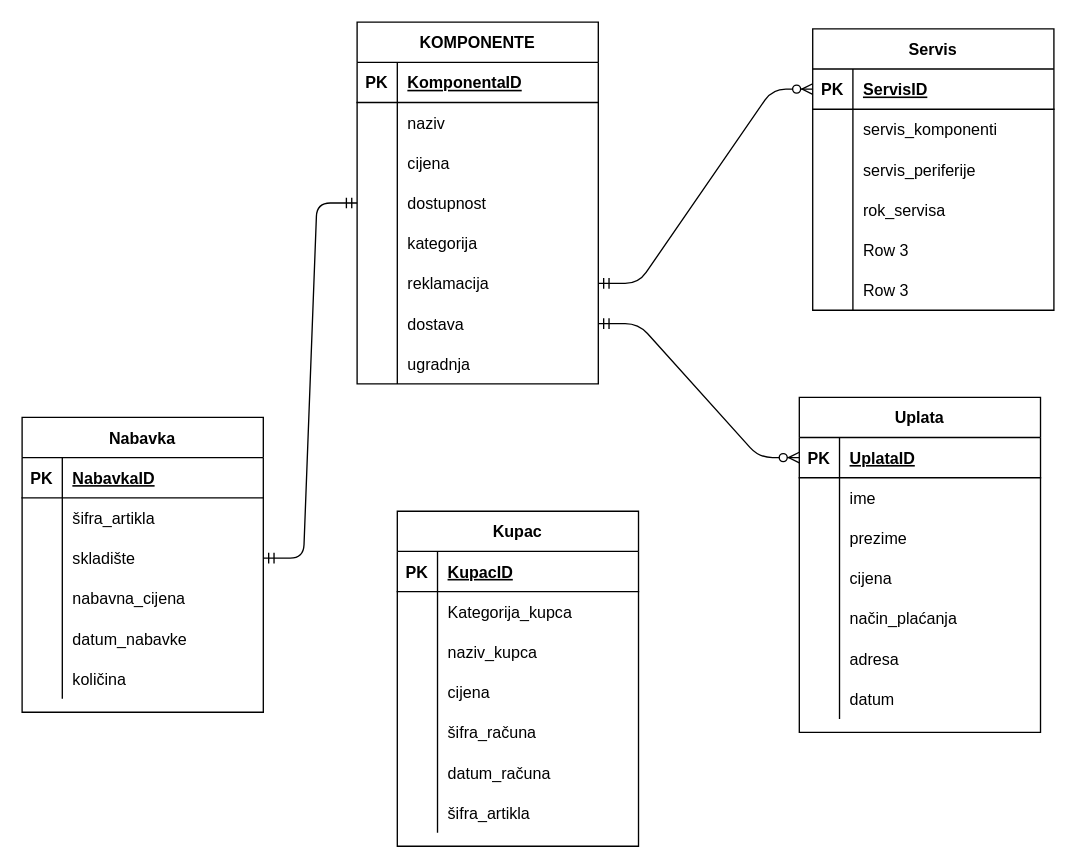
Above: erd.drawio in vela02/erd (draw.io), before the change. Source tidied: cells renumbered, new cells numbered last; positions are measured from the earlier drawing's top-left corner, leaving out a move shared by most shapes. Both pictures are drawn from the tidied source at 134%, with x=0, y=0 at pixel (21, 21).
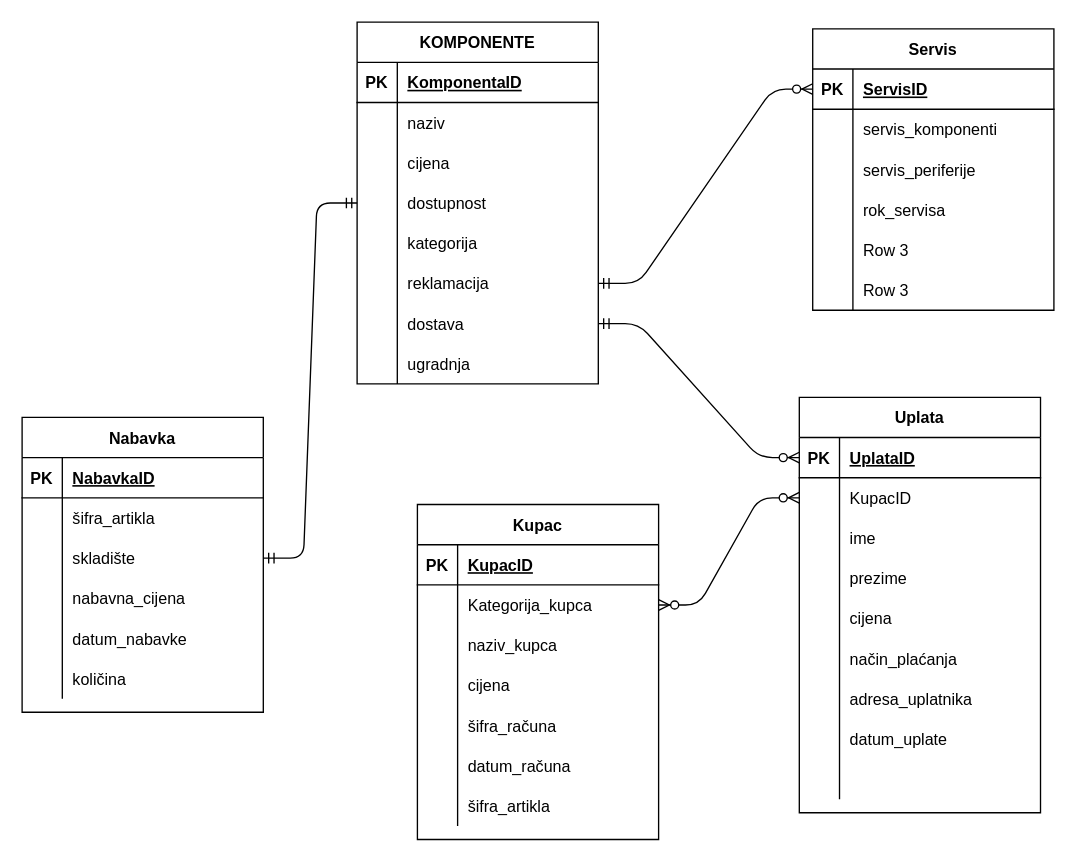
Above is the later version.

The change refers to these unchanged cells:
```xml
<mxCell id="25" style="shape=partialRectangle;fillColor=none;top=0;left=0;bottom=0;right=0;" parent="21" vertex="1">
  <mxGeometry y="60" width="180" height="30" as="geometry" />
</mxCell>
<mxCell id="96" style="shape=partialRectangle;fillColor=none;top=0;left=0;bottom=0;right=0;points=[[0,0.5],[1,0.5]];portConstraint=eastwest;" parent="92" vertex="1">
  <mxGeometry y="60" width="180" height="30" as="geometry" />
</mxCell>
```

The edit, as a diff of the source:
```diff
@@
     <mxCell id="21" value="Uplata" style="shape=table;startSize=30;childLayout=tableLayout;rowLines=0;fontStyle=1;align=center;" parent="1" vertex="1">
-      <mxGeometry x="580" y="280" width="180" height="250" as="geometry" />
+      <mxGeometry x="580" y="280" width="180" height="310" as="geometry" />
     </mxCell>
@@
-    <mxCell id="27" value="ime" style="shape=partialRectangle;fillColor=none;top=0;left=0;bottom=0;right=0;align=left;spacingLeft=6;overflow=hidden;" parent="25" vertex="1">
+    <mxCell id="27" value="KupacID" style="shape=partialRectangle;fillColor=none;top=0;left=0;bottom=0;right=0;align=left;spacingLeft=6;overflow=hidden;" parent="25" vertex="1">
       <mxGeometry x="30" width="150" height="30" as="geometry" />
     </mxCell>
+    <mxCell id="40" style="shape=partialRectangle;fillColor=none;top=0;left=0;bottom=0;right=0;" parent="21" vertex="1">
+      <mxGeometry y="90" width="180" height="30" as="geometry" />
+    </mxCell>
+    <mxCell id="41" style="shape=partialRectangle;fillColor=none;top=0;left=0;bottom=0;right=0;overflow=hidden;" parent="40" vertex="1">
+      <mxGeometry width="30" height="30" as="geometry" />
+    </mxCell>
+    <mxCell id="42" value="ime" style="shape=partialRectangle;fillColor=none;top=0;left=0;bottom=0;right=0;align=left;spacingLeft=6;overflow=hidden;" parent="40" vertex="1">
+      <mxGeometry x="30" width="150" height="30" as="geometry" />
+    </mxCell>
     <mxCell id="28" style="shape=partialRectangle;fillColor=none;top=0;left=0;bottom=0;right=0;" parent="21" vertex="1">
-      <mxGeometry y="90" width="180" height="30" as="geometry" />
+      <mxGeometry y="120" width="180" height="30" as="geometry" />
     </mxCell>
@@
     <mxCell id="31" style="shape=partialRectangle;fillColor=none;top=0;left=0;bottom=0;right=0;" parent="21" vertex="1">
-      <mxGeometry y="120" width="180" height="30" as="geometry" />
+      <mxGeometry y="150" width="180" height="30" as="geometry" />
     </mxCell>
@@
     <mxCell id="34" style="shape=partialRectangle;fillColor=none;top=0;left=0;bottom=0;right=0;" parent="21" vertex="1">
-      <mxGeometry y="150" width="180" height="30" as="geometry" />
+      <mxGeometry y="180" width="180" height="30" as="geometry" />
     </mxCell>
@@
     <mxCell id="37" style="shape=partialRectangle;fillColor=none;top=0;left=0;bottom=0;right=0;" parent="21" vertex="1">
-      <mxGeometry y="180" width="180" height="30" as="geometry" />
+      <mxGeometry y="210" width="180" height="30" as="geometry" />
     </mxCell>
@@
-    <mxCell id="39" value="adresa" style="shape=partialRectangle;fillColor=none;top=0;left=0;bottom=0;right=0;align=left;spacingLeft=6;overflow=hidden;" parent="37" vertex="1">
+    <mxCell id="39" value="adresa_uplatnika" style="shape=partialRectangle;fillColor=none;top=0;left=0;bottom=0;right=0;align=left;spacingLeft=6;overflow=hidden;" parent="37" vertex="1">
       <mxGeometry x="30" width="150" height="30" as="geometry" />
     </mxCell>
-    <mxCell id="40" style="shape=partialRectangle;fillColor=none;top=0;left=0;bottom=0;right=0;" parent="21" vertex="1">
-      <mxGeometry y="210" width="180" height="30" as="geometry" />
-    </mxCell>
-    <mxCell id="41" style="shape=partialRectangle;fillColor=none;top=0;left=0;bottom=0;right=0;overflow=hidden;" parent="40" vertex="1">
-      <mxGeometry width="30" height="30" as="geometry" />
-    </mxCell>
-    <mxCell id="42" value="datum" style="shape=partialRectangle;fillColor=none;top=0;left=0;bottom=0;right=0;align=left;spacingLeft=6;overflow=hidden;" parent="40" vertex="1">
-      <mxGeometry x="30" width="150" height="30" as="geometry" />
-    </mxCell>
+    <mxCell id="114" style="shape=partialRectangle;fillColor=none;top=0;left=0;bottom=0;right=0;" parent="21" vertex="1">
+      <mxGeometry y="240" width="180" height="30" as="geometry" />
+    </mxCell>
+    <mxCell id="115" style="shape=partialRectangle;fillColor=none;top=0;left=0;bottom=0;right=0;overflow=hidden;" parent="114" vertex="1">
+      <mxGeometry width="30" height="30" as="geometry" />
+    </mxCell>
+    <mxCell id="116" value="datum_uplate" style="shape=partialRectangle;fillColor=none;top=0;left=0;bottom=0;right=0;align=left;spacingLeft=6;overflow=hidden;" parent="114" vertex="1">
+      <mxGeometry x="30" width="150" height="30" as="geometry" />
+    </mxCell>
+    <mxCell id="117" style="shape=partialRectangle;fillColor=none;top=0;left=0;bottom=0;right=0;" parent="21" vertex="1">
+      <mxGeometry y="270" width="180" height="30" as="geometry" />
+    </mxCell>
+    <mxCell id="118" style="shape=partialRectangle;fillColor=none;top=0;left=0;bottom=0;right=0;overflow=hidden;" parent="117" vertex="1">
+      <mxGeometry width="30" height="30" as="geometry" />
+    </mxCell>
+    <mxCell id="119" style="shape=partialRectangle;fillColor=none;top=0;left=0;bottom=0;right=0;align=left;spacingLeft=6;overflow=hidden;" parent="117" vertex="1">
+      <mxGeometry x="30" width="150" height="30" as="geometry" />
+    </mxCell>
@@
     <mxCell id="92" value="Kupac" style="shape=table;startSize=30;childLayout=tableLayout;rowLines=0;fontStyle=1;align=center;" parent="1" vertex="1">
-      <mxGeometry x="280" y="365" width="180" height="250" as="geometry" />
+      <mxGeometry x="295" y="360" width="180" height="250" as="geometry" />
     </mxCell>
@@
+    <mxCell id="120" style="edgeStyle=entityRelationEdgeStyle;fontSize=12;html=1;endArrow=ERzeroToMany;endFill=1;startArrow=ERzeroToMany;exitX=1;exitY=0.5;exitDx=0;exitDy=0;" parent="1" edge="1" source="96">
+      <mxGeometry relative="1" as="geometry">
+        <mxPoint x="580" y="355" as="targetPoint" />
+      </mxGeometry>
+    </mxCell>
```
